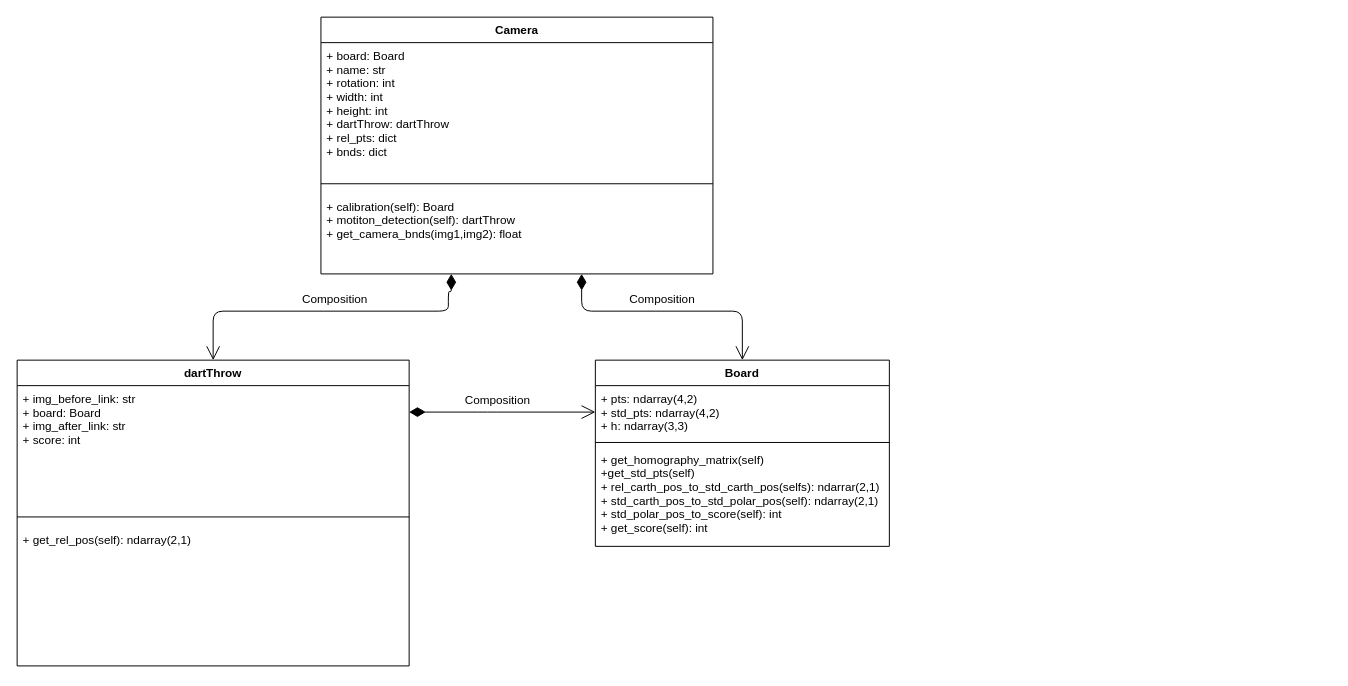
Before: page "Class diagram UML" (2 of 2) of dart_project.drawio in j0j0i996/dart-vader-detection, a draw.io diagram. Source tidied: cells renumbered, new cells numbered last; positions are measured from the earlier drawing's top-left corner, leaving out a move shared by most shapes. Both pictures are drawn from the tidied source at 98%, with x=0, y=0 at pixel (17, 17).
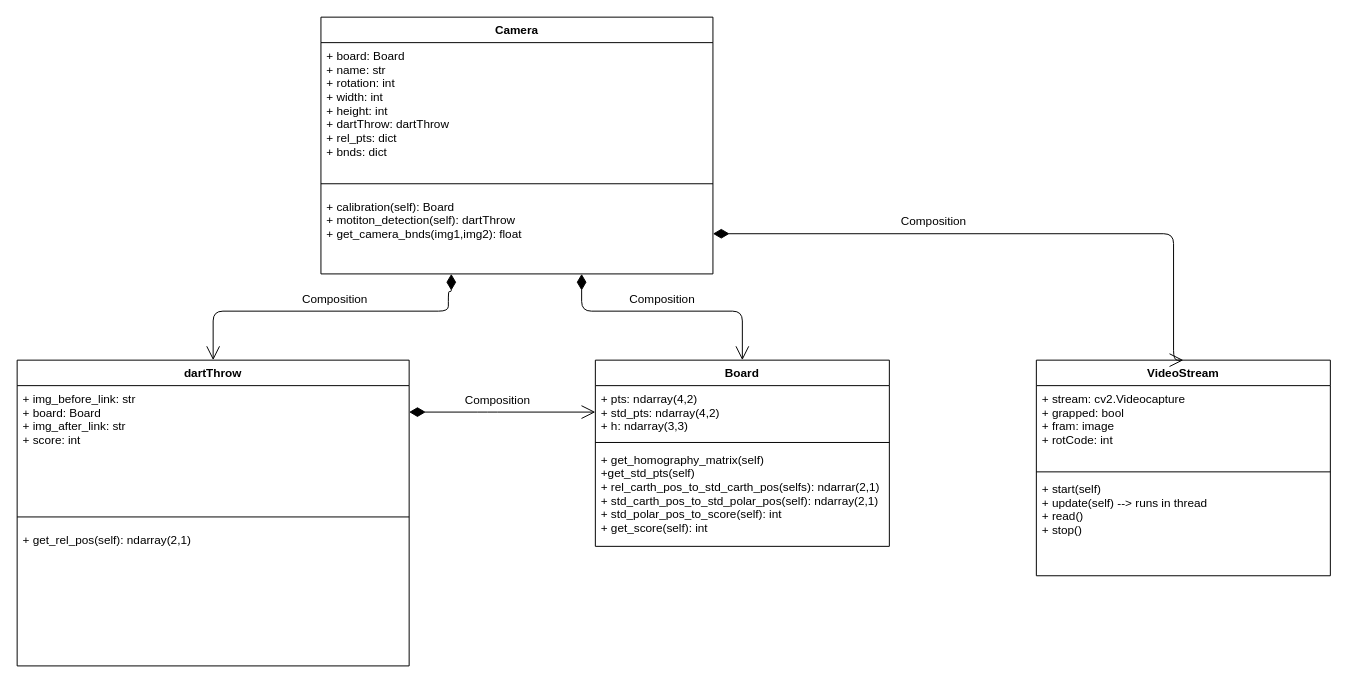
The same page after the edit.

Unchanged cells that the change refers to:
```xml
<mxCell id="9" value="+ calibration(self): Board&#10;+ motiton_detection(self): dartThrow&#10;+ get_camera_bnds(img1,img2): float" style="text;strokeColor=none;fillColor=none;align=left;verticalAlign=top;spacingLeft=4;spacingRight=4;overflow=hidden;points=[[0,0.5],[1,0.5]];portConstraint=eastwest;" parent="6" vertex="1">
  <mxGeometry y="180" width="400" height="82" as="geometry" />
</mxCell>
```

Change to the diagram source:
```diff
@@
+    <mxCell id="17" value="VideoStream" style="swimlane;fontStyle=1;align=center;verticalAlign=top;horizontal=1;startSize=26;" parent="1" vertex="1">
+      <mxGeometry x="1040" y="350" width="300" height="220" as="geometry" />
+    </mxCell>
+    <mxCell id="18" value="+ stream: cv2.Videocapture&#10;+ grapped: bool&#10;+ fram: image&#10;+ rotCode: int" style="text;strokeColor=none;fillColor=none;align=left;verticalAlign=top;spacingLeft=4;spacingRight=4;overflow=hidden;" parent="17" vertex="1">
+      <mxGeometry y="26" width="300" height="84" as="geometry" />
+    </mxCell>
+    <mxCell id="19" style="line;strokeWidth=1;fillColor=none;align=left;verticalAlign=middle;spacingTop=-1;spacingLeft=3;spacingRight=3;labelPosition=right;" parent="17" vertex="1">
+      <mxGeometry y="110" width="300" height="8" as="geometry" />
+    </mxCell>
+    <mxCell id="20" value="+ start(self)&#10;+ update(self) --&gt; runs in thread&#10;+ read()&#10;+ stop()" style="text;strokeColor=none;fillColor=none;align=left;verticalAlign=top;spacingLeft=4;spacingRight=4;overflow=hidden;" parent="17" vertex="1">
+      <mxGeometry y="118" width="300" height="102" as="geometry" />
+    </mxCell>
+    <mxCell id="21" value="&lt;font style=&quot;font-size: 12px ; line-height: 100%&quot;&gt;Composition&lt;/font&gt;" style="endArrow=open;html=1;endSize=12;startArrow=diamondThin;startSize=14;startFill=1;edgeStyle=orthogonalEdgeStyle;align=center;verticalAlign=bottom;fontSize=25;entryX=0.5;entryY=0;entryDx=0;entryDy=0;exitX=1;exitY=0.5;exitDx=0;exitDy=0;" parent="1" edge="1" source="9" target="17">
+      <mxGeometry x="-0.26" relative="1" as="geometry">
+        <Array as="points">
+          <mxPoint x="1180" y="221" />
+        </Array>
+      </mxGeometry>
+    </mxCell>
```
